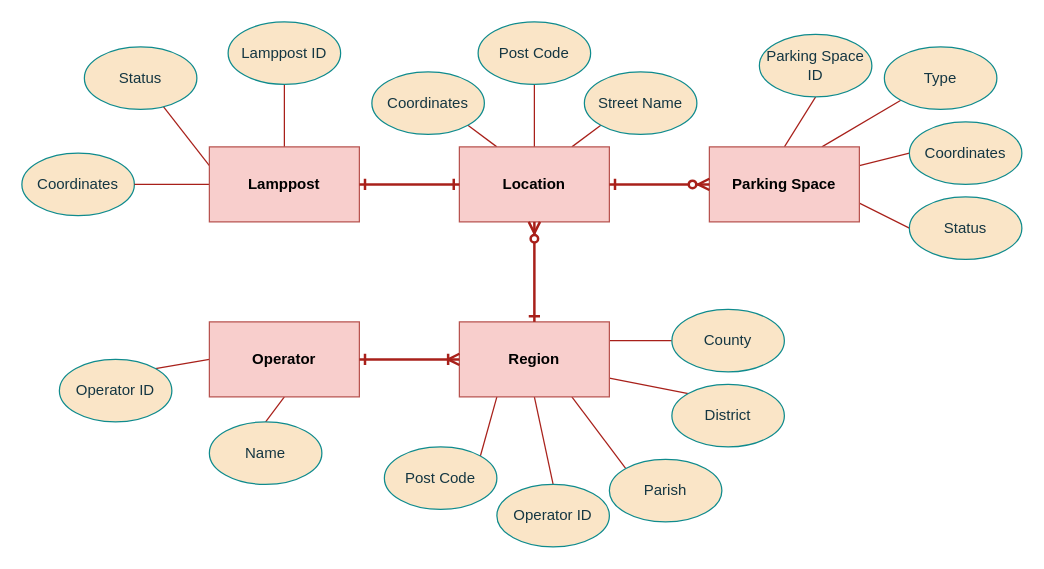
This is page "Analysis" (2 of 2) of project/report/flowcharts/DataBase.drawio from ESRGgroup9/slipad, a draw.io file, before an edit. Source tidied: cells renumbered, new cells numbered last; positions are measured from the earlier drawing's top-left corner, leaving out a move shared by most shapes. Both pictures are drawn from the tidied source at 125%, with x=0, y=0 at pixel (21, 21).
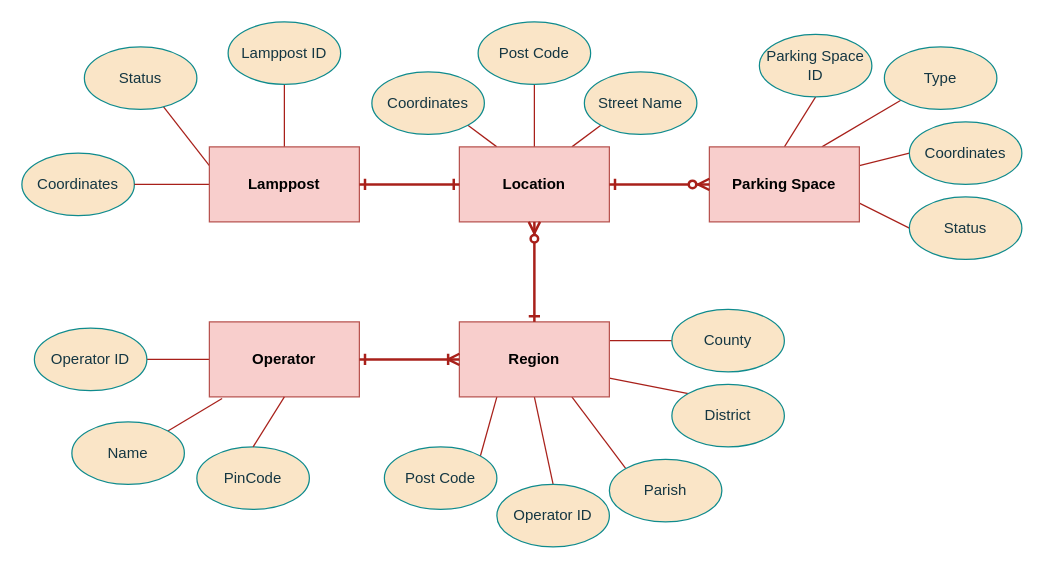
Above is the later version.

The change refers to these unchanged cells:
```xml
<mxCell id="18" value="Operator" style="rounded=0;whiteSpace=wrap;html=1;fillColor=#f8cecc;strokeColor=#b85450;fontStyle=1;" parent="1" vertex="1">
  <mxGeometry x="150" y="240" width="120" height="60" as="geometry" />
</mxCell>
```

Diff of the diagram source:
```diff
@@
-    <mxCell id="16" style="rounded=0;sketch=0;jettySize=auto;html=1;exitX=0.5;exitY=1;exitDx=0;exitDy=0;entryX=0.5;entryY=0;entryDx=0;entryDy=0;fontColor=#143642;strokeColor=#A8201A;fillColor=#FAE5C7;endArrow=none;endFill=0;" parent="1" edge="1" source="18" target="37">
+    <mxCell id="16" style="rounded=0;sketch=0;jettySize=auto;html=1;exitX=0.085;exitY=1.021;exitDx=0;exitDy=0;entryX=1;entryY=0;entryDx=0;entryDy=0;fontColor=#143642;strokeColor=#A8201A;fillColor=#FAE5C7;endArrow=none;endFill=0;exitPerimeter=0;" parent="1" edge="1" source="18" target="37">
       <mxGeometry relative="1" as="geometry" />
     </mxCell>
-    <mxCell id="17" style="edgeStyle=none;rounded=0;sketch=0;jettySize=auto;html=1;exitX=0;exitY=0.5;exitDx=0;exitDy=0;entryX=1;entryY=0;entryDx=0;entryDy=0;fontColor=#143642;endArrow=none;endFill=0;strokeColor=#A8201A;fillColor=#FAE5C7;" parent="1" edge="1" source="18" target="36">
+    <mxCell id="17" style="edgeStyle=none;rounded=0;sketch=0;jettySize=auto;html=1;exitX=0;exitY=0.5;exitDx=0;exitDy=0;entryX=1;entryY=0.5;entryDx=0;entryDy=0;fontColor=#143642;endArrow=none;endFill=0;strokeColor=#A8201A;fillColor=#FAE5C7;" parent="1" edge="1" source="18" target="36">
       <mxGeometry relative="1" as="geometry" />
     </mxCell>
@@
     <mxCell id="36" value="Operator ID" style="ellipse;whiteSpace=wrap;html=1;fillColor=#FAE5C7;strokeColor=#0F8B8D;fontColor=#143642;" parent="1" vertex="1">
-      <mxGeometry x="30" y="270" width="90" height="50" as="geometry" />
+      <mxGeometry x="10" y="245" width="90" height="50" as="geometry" />
     </mxCell>
     <mxCell id="37" value="Name" style="ellipse;whiteSpace=wrap;html=1;fillColor=#FAE5C7;strokeColor=#0F8B8D;fontColor=#143642;" parent="1" vertex="1">
-      <mxGeometry x="150" y="320" width="90" height="50" as="geometry" />
+      <mxGeometry x="40" y="320" width="90" height="50" as="geometry" />
     </mxCell>
@@
+    <mxCell id="45" value="PinCode" style="ellipse;whiteSpace=wrap;html=1;fillColor=#FAE5C7;strokeColor=#0F8B8D;fontColor=#143642;" parent="1" vertex="1">
+      <mxGeometry x="140" y="340" width="90" height="50" as="geometry" />
+    </mxCell>
+    <mxCell id="46" style="rounded=0;sketch=0;jettySize=auto;html=1;exitX=0.5;exitY=1;exitDx=0;exitDy=0;entryX=0.5;entryY=0;entryDx=0;entryDy=0;fontColor=#143642;strokeColor=#A8201A;fillColor=#FAE5C7;endArrow=none;endFill=0;" parent="1" edge="1" source="18" target="45">
+      <mxGeometry relative="1" as="geometry" />
+    </mxCell>
```
